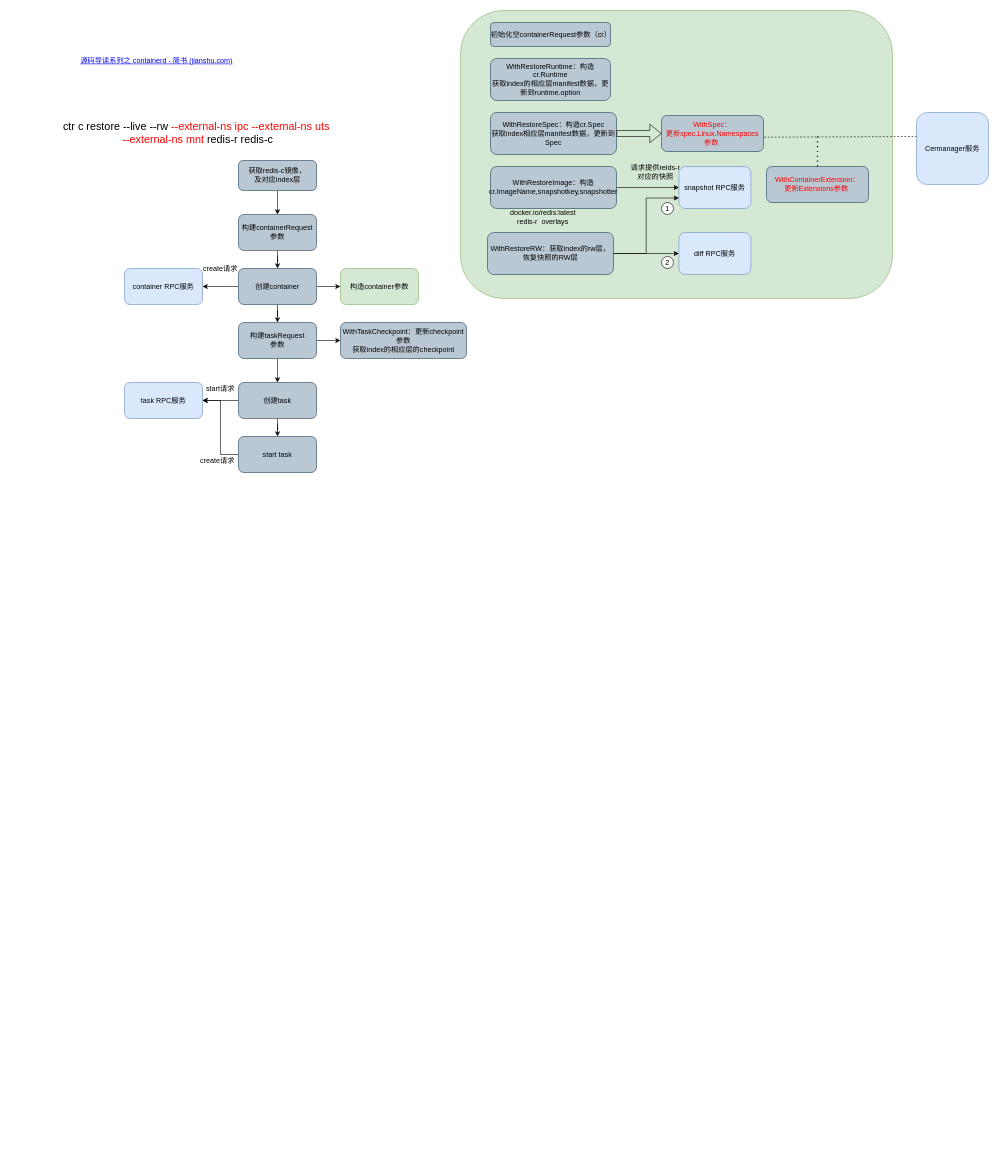
Before: containerd.drawio in We1less1111/draw.io, a draw.io diagram. Source tidied: cells renumbered, new cells numbered last; positions are measured from the earlier drawing's top-left corner, leaving out a move shared by most shapes. Both pictures are drawn from the tidied source at 60%, with x=0, y=0 at pixel (10, 10).
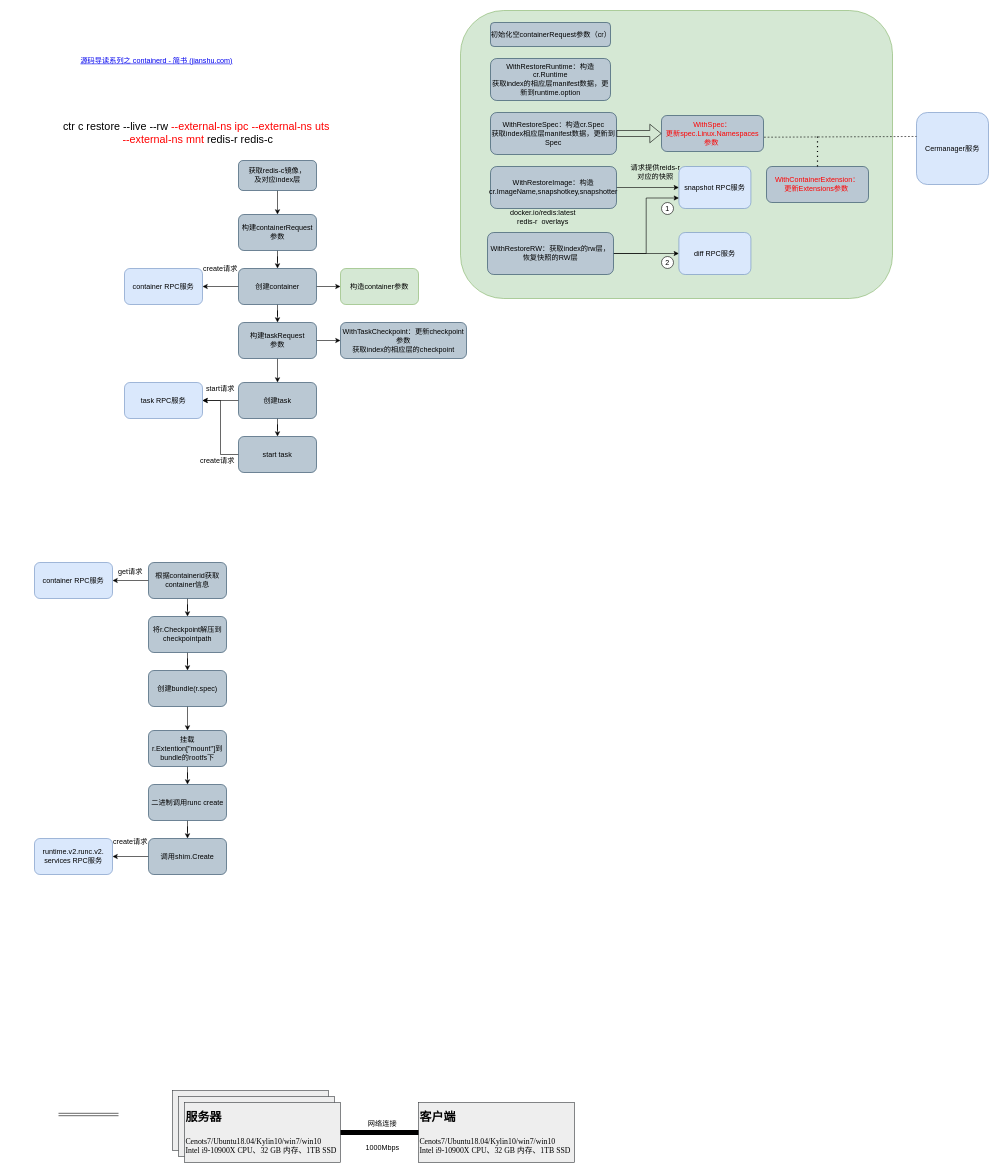
The same page after the edit.

Diff of the diagram source:
```diff
@@
+    <mxCell id="48" style="rounded=0;whiteSpace=wrap;html=1;fillColor=#eeeeee;strokeColor=#36393d;" parent="1" vertex="1">
+      <mxGeometry x="270" y="1800" width="260" height="100" as="geometry" />
+    </mxCell>
+    <mxCell id="49" style="rounded=0;whiteSpace=wrap;html=1;fillColor=#eeeeee;strokeColor=#36393d;" parent="1" vertex="1">
+      <mxGeometry x="280" y="1810" width="260" height="100" as="geometry" />
+    </mxCell>
+    <mxCell id="50" value="&lt;font size=&quot;1&quot; style=&quot;&quot;&gt;&lt;b style=&quot;font-size: 20px;&quot;&gt;服务器&lt;/b&gt;&lt;/font&gt;&lt;div&gt;&lt;span style=&quot;font-size: 16px;&quot;&gt;&lt;br&gt;&lt;/span&gt;&lt;div&gt;&lt;span style=&quot;background-color: initial; font-family: &amp;quot;Times New Roman&amp;quot;; font-size: 13px;&quot;&gt;&lt;font style=&quot;font-size: 13px;&quot;&gt;Cenots7/Ubuntu18.04/Kylin10/win7/win10&lt;/font&gt;&lt;/span&gt;&lt;div style=&quot;font-size: 13px;&quot;&gt;&lt;font style=&quot;font-size: 13px;&quot;&gt;&lt;font style=&quot;background-color: initial; font-size: 13px;&quot; face=&quot;Times New Roman&quot;&gt;Intel&lt;/font&gt;&lt;span style=&quot;background-color: initial; font-family: &amp;quot;Times New Roman&amp;quot;;&quot;&gt;&amp;nbsp;&lt;/span&gt;&lt;span style=&quot;background-color: initial; font-family: 宋体;&quot;&gt;&lt;font style=&quot;font-size: 13px;&quot; face=&quot;Times New Roman&quot;&gt;i&lt;/font&gt;&lt;/span&gt;&lt;span style=&quot;background-color: initial; font-family: &amp;quot;Times New Roman&amp;quot;;&quot;&gt;9-10900&lt;/span&gt;&lt;span style=&quot;background-color: initial; font-family: 宋体;&quot;&gt;&lt;font style=&quot;font-size: 13px;&quot; face=&quot;Times New Roman&quot;&gt;X&lt;/font&gt;&lt;/span&gt;&lt;span style=&quot;background-color: initial; font-family: &amp;quot;Times New Roman&amp;quot;;&quot;&gt;&amp;nbsp;&lt;/span&gt;&lt;span style=&quot;background-color: initial; font-family: 宋体;&quot;&gt;&lt;font style=&quot;font-size: 13px;&quot; face=&quot;Times New Roman&quot;&gt;CPU&lt;/font&gt;&lt;/span&gt;&lt;span style=&quot;background-color: initial; font-family: &amp;quot;Times New Roman&amp;quot;;&quot;&gt;&lt;font style=&quot;font-size: 13px;&quot; face=&quot;宋体&quot;&gt;、&lt;/font&gt;32&amp;nbsp;&lt;/span&gt;&lt;span style=&quot;background-color: initial; font-family: 宋体;&quot;&gt;&lt;font style=&quot;font-size: 13px;&quot; face=&quot;Times New Roman&quot;&gt;GB&lt;/font&gt;&lt;/span&gt;&lt;span style=&quot;background-color: initial; font-family: &amp;quot;Times New Roman&amp;quot;;&quot;&gt;&amp;nbsp;&lt;/span&gt;&lt;span style=&quot;background-color: initial; font-family: 宋体;&quot;&gt;&lt;font style=&quot;font-size: 13px;&quot; face=&quot;宋体&quot;&gt;内存、&lt;/font&gt;&lt;font style=&quot;font-size: 13px;&quot; face=&quot;Times New Roman&quot;&gt;1&lt;/font&gt;&lt;/span&gt;&lt;span style=&quot;background-color: initial; font-family: &amp;quot;Times New Roman&amp;quot;;&quot;&gt;TB&amp;nbsp;&lt;/span&gt;&lt;span style=&quot;background-color: initial; font-family: 宋体;&quot;&gt;&lt;font style=&quot;font-size: 13px;&quot; face=&quot;Times New Roman&quot;&gt;SSD&lt;/font&gt;&lt;/span&gt;&lt;/font&gt;&lt;/div&gt;&lt;/div&gt;&lt;/div&gt;" style="rounded=0;whiteSpace=wrap;html=1;align=left;fillColor=#eeeeee;strokeColor=#36393d;" parent="1" vertex="1">
+      <mxGeometry x="290" y="1820" width="260" height="100" as="geometry" />
+    </mxCell>
+    <mxCell id="51" value="&lt;font size=&quot;1&quot; style=&quot;&quot;&gt;&lt;b style=&quot;font-size: 20px;&quot;&gt;客户端&lt;/b&gt;&lt;/font&gt;&lt;div&gt;&lt;span style=&quot;font-size: 16px;&quot;&gt;&lt;br&gt;&lt;/span&gt;&lt;div&gt;&lt;span style=&quot;background-color: initial; font-family: &amp;quot;Times New Roman&amp;quot;; font-size: 13px;&quot;&gt;&lt;font style=&quot;font-size: 13px;&quot;&gt;Cenots7/Ubuntu18.04/Kylin10/win7/win10&lt;/font&gt;&lt;/span&gt;&lt;div style=&quot;font-size: 13px;&quot;&gt;&lt;font style=&quot;font-size: 13px;&quot;&gt;&lt;font style=&quot;background-color: initial; font-size: 13px;&quot; face=&quot;Times New Roman&quot;&gt;Intel&lt;/font&gt;&lt;span style=&quot;background-color: initial; font-family: &amp;quot;Times New Roman&amp;quot;;&quot;&gt;&amp;nbsp;&lt;/span&gt;&lt;span style=&quot;background-color: initial; font-family: 宋体;&quot;&gt;&lt;font style=&quot;font-size: 13px;&quot; face=&quot;Times New Roman&quot;&gt;i&lt;/font&gt;&lt;/span&gt;&lt;span style=&quot;background-color: initial; font-family: &amp;quot;Times New Roman&amp;quot;;&quot;&gt;9-10900&lt;/span&gt;&lt;span style=&quot;background-color: initial; font-family: 宋体;&quot;&gt;&lt;font style=&quot;font-size: 13px;&quot; face=&quot;Times New Roman&quot;&gt;X&lt;/font&gt;&lt;/span&gt;&lt;span style=&quot;background-color: initial; font-family: &amp;quot;Times New Roman&amp;quot;;&quot;&gt;&amp;nbsp;&lt;/span&gt;&lt;span style=&quot;background-color: initial; font-family: 宋体;&quot;&gt;&lt;font style=&quot;font-size: 13px;&quot; face=&quot;Times New Roman&quot;&gt;CPU&lt;/font&gt;&lt;/span&gt;&lt;span style=&quot;background-color: initial; font-family: &amp;quot;Times New Roman&amp;quot;;&quot;&gt;&lt;font style=&quot;font-size: 13px;&quot; face=&quot;宋体&quot;&gt;、&lt;/font&gt;32&amp;nbsp;&lt;/span&gt;&lt;span style=&quot;background-color: initial; font-family: 宋体;&quot;&gt;&lt;font style=&quot;font-size: 13px;&quot; face=&quot;Times New Roman&quot;&gt;GB&lt;/font&gt;&lt;/span&gt;&lt;span style=&quot;background-color: initial; font-family: &amp;quot;Times New Roman&amp;quot;;&quot;&gt;&amp;nbsp;&lt;/span&gt;&lt;span style=&quot;background-color: initial; font-family: 宋体;&quot;&gt;&lt;font style=&quot;font-size: 13px;&quot; face=&quot;宋体&quot;&gt;内存、&lt;/font&gt;&lt;font style=&quot;font-size: 13px;&quot; face=&quot;Times New Roman&quot;&gt;1&lt;/font&gt;&lt;/span&gt;&lt;span style=&quot;background-color: initial; font-family: &amp;quot;Times New Roman&amp;quot;;&quot;&gt;TB&amp;nbsp;&lt;/span&gt;&lt;span style=&quot;background-color: initial; font-family: 宋体;&quot;&gt;&lt;font style=&quot;font-size: 13px;&quot; face=&quot;Times New Roman&quot;&gt;SSD&lt;/font&gt;&lt;/span&gt;&lt;/font&gt;&lt;/div&gt;&lt;/div&gt;&lt;/div&gt;" style="rounded=0;whiteSpace=wrap;html=1;align=left;fillColor=#eeeeee;strokeColor=#36393d;" parent="1" vertex="1">
+      <mxGeometry x="680" y="1820" width="260" height="100" as="geometry" />
+    </mxCell>
+    <mxCell id="52" style="shape=link;html=1;rounded=0;" parent="1" edge="1">
+      <mxGeometry relative="1" as="geometry">
+        <mxPoint x="80" y="1840" as="sourcePoint" />
+        <mxPoint x="180" y="1840" as="targetPoint" />
+      </mxGeometry>
+    </mxCell>
+    <mxCell id="53" style="endArrow=none;html=1;rounded=0;entryX=0;entryY=0.5;entryDx=0;entryDy=0;strokeWidth=8;" parent="1" edge="1" target="51">
+      <mxGeometry relative="1" as="geometry">
+        <mxPoint x="550" y="1870" as="sourcePoint" />
+      </mxGeometry>
+    </mxCell>
+    <mxCell id="54" value="网络连接" style="text;html=1;align=center;verticalAlign=middle;whiteSpace=wrap;rounded=0;" parent="1" vertex="1">
+      <mxGeometry x="590" y="1840" width="60" height="30" as="geometry" />
+    </mxCell>
+    <mxCell id="55" value="1000Mbps" style="text;html=1;align=center;verticalAlign=middle;whiteSpace=wrap;rounded=0;" parent="1" vertex="1">
+      <mxGeometry x="590" y="1880" width="60" height="30" as="geometry" />
+    </mxCell>
+    <mxCell id="56" style="edgeStyle=orthogonalEdgeStyle;rounded=0;jettySize=auto;html=1;entryX=1;entryY=0.5;entryDx=0;entryDy=0;" parent="1" edge="1" source="58" target="59">
+      <mxGeometry relative="1" as="geometry" />
+    </mxCell>
+    <mxCell id="57" style="edgeStyle=orthogonalEdgeStyle;rounded=0;jettySize=auto;html=1;entryX=0.5;entryY=0;entryDx=0;entryDy=0;" parent="1" edge="1" source="58" target="62">
+      <mxGeometry relative="1" as="geometry" />
+    </mxCell>
+    <mxCell id="58" value="根据containerid获取container信息" style="rounded=1;whiteSpace=wrap;html=1;fillColor=#bac8d3;strokeColor=#23445d;" parent="1" vertex="1">
+      <mxGeometry x="230" y="920" width="130" height="60" as="geometry" />
+    </mxCell>
+    <mxCell id="59" value="container RPC服务" style="rounded=1;whiteSpace=wrap;html=1;fillColor=#dae8fc;strokeColor=#6c8ebf;" parent="1" vertex="1">
+      <mxGeometry x="40" y="920" width="130" height="60" as="geometry" />
+    </mxCell>
+    <mxCell id="60" value="get请求" style="text;html=1;align=center;verticalAlign=middle;whiteSpace=wrap;rounded=0;" parent="1" vertex="1">
+      <mxGeometry x="170" y="920" width="60" height="30" as="geometry" />
+    </mxCell>
+    <mxCell id="61" style="edgeStyle=orthogonalEdgeStyle;rounded=0;jettySize=auto;html=1;entryX=0.5;entryY=0;entryDx=0;entryDy=0;" parent="1" edge="1" source="62" target="64">
+      <mxGeometry relative="1" as="geometry" />
+    </mxCell>
+    <mxCell id="62" value="将r.Checkpoint解压到checkpointpath" style="rounded=1;whiteSpace=wrap;html=1;fillColor=#bac8d3;strokeColor=#23445d;" parent="1" vertex="1">
+      <mxGeometry x="230" y="1010" width="130" height="60" as="geometry" />
+    </mxCell>
+    <mxCell id="63" style="edgeStyle=orthogonalEdgeStyle;rounded=0;jettySize=auto;html=1;entryX=0.5;entryY=0;entryDx=0;entryDy=0;" parent="1" edge="1" source="64" target="66">
+      <mxGeometry relative="1" as="geometry" />
+    </mxCell>
+    <mxCell id="64" value="创建bundle(r.spec)" style="rounded=1;whiteSpace=wrap;html=1;fillColor=#bac8d3;strokeColor=#23445d;" parent="1" vertex="1">
+      <mxGeometry x="230" y="1100" width="130" height="60" as="geometry" />
+    </mxCell>
+    <mxCell id="65" style="edgeStyle=orthogonalEdgeStyle;rounded=0;jettySize=auto;html=1;entryX=0.5;entryY=0;entryDx=0;entryDy=0;" parent="1" edge="1" source="66" target="68">
+      <mxGeometry relative="1" as="geometry" />
+    </mxCell>
+    <mxCell id="66" value="挂载r.Extention[&quot;mount&quot;]到bundle的rootfs下" style="rounded=1;whiteSpace=wrap;html=1;fillColor=#bac8d3;strokeColor=#23445d;" parent="1" vertex="1">
+      <mxGeometry x="230" y="1200" width="130" height="60" as="geometry" />
+    </mxCell>
+    <mxCell id="67" style="edgeStyle=orthogonalEdgeStyle;rounded=0;jettySize=auto;html=1;entryX=0.5;entryY=0;entryDx=0;entryDy=0;" parent="1" edge="1" source="68" target="70">
+      <mxGeometry relative="1" as="geometry" />
+    </mxCell>
+    <mxCell id="68" value="二进制调用runc create" style="rounded=1;whiteSpace=wrap;html=1;fillColor=#bac8d3;strokeColor=#23445d;" parent="1" vertex="1">
+      <mxGeometry x="230" y="1290" width="130" height="60" as="geometry" />
+    </mxCell>
+    <mxCell id="69" style="edgeStyle=orthogonalEdgeStyle;rounded=0;jettySize=auto;html=1;entryX=1;entryY=0.5;entryDx=0;entryDy=0;" parent="1" edge="1" source="70" target="71">
+      <mxGeometry relative="1" as="geometry" />
+    </mxCell>
+    <mxCell id="70" value="调用shim.Create" style="rounded=1;whiteSpace=wrap;html=1;fillColor=#bac8d3;strokeColor=#23445d;" parent="1" vertex="1">
+      <mxGeometry x="230" y="1380" width="130" height="60" as="geometry" />
+    </mxCell>
+    <mxCell id="71" value="runtime.v2.runc.v2. services RPC服务" style="rounded=1;whiteSpace=wrap;html=1;fillColor=#dae8fc;strokeColor=#6c8ebf;" parent="1" vertex="1">
+      <mxGeometry x="40" y="1380" width="130" height="60" as="geometry" />
+    </mxCell>
+    <mxCell id="72" value="create请求" style="text;html=1;align=center;verticalAlign=middle;whiteSpace=wrap;rounded=0;" parent="1" vertex="1">
+      <mxGeometry x="170" y="1370" width="60" height="30" as="geometry" />
+    </mxCell>
```
